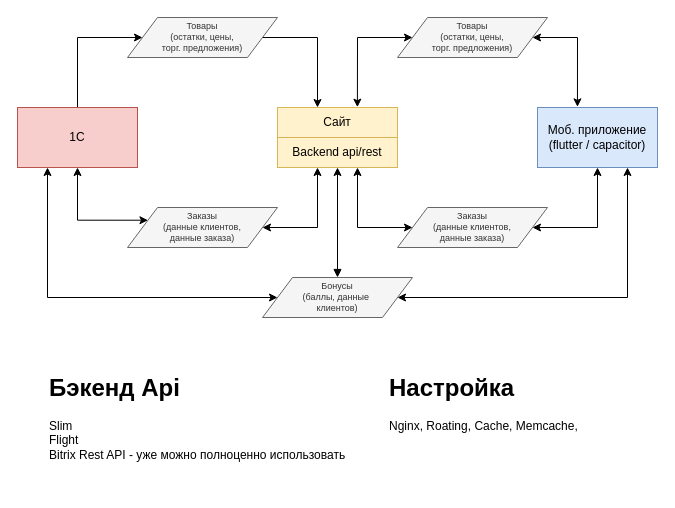
prgrant/draw.io keeps this draw.io diagram as Untitled Diagram.drawio. Above is the earlier version. Source tidied: cells renumbered, new cells numbered last; positions are measured from the earlier drawing's top-left corner, leaving out a move shared by most shapes. Both pictures are drawn from the tidied source at 100%, with x=0, y=0 at pixel (17, 17).
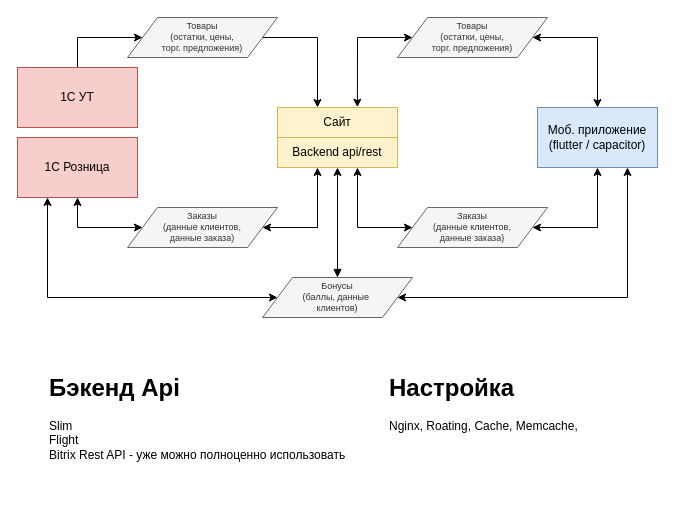
The same page after the edit.

Unchanged cells that the change refers to:
```xml
<mxCell id="11" value="Моб. приложение&lt;div&gt;(flutter / c&lt;span style=&quot;background-color: transparent; color: light-dark(rgb(0, 0, 0), rgb(255, 255, 255));&quot;&gt;apacitor)&lt;/span&gt;&lt;/div&gt;" style="rounded=0;whiteSpace=wrap;html=1;fillColor=#dae8fc;strokeColor=#6c8ebf;" parent="1" vertex="1">
  <mxGeometry x="520" y="90" width="120" height="60" as="geometry" />
</mxCell>
<mxCell id="14" value="&lt;span&gt;Заказы &lt;br&gt;(данные клиентов, &lt;br&gt;данные заказа)&lt;/span&gt;" style="shape=parallelogram;perimeter=parallelogramPerimeter;whiteSpace=wrap;html=1;fontSize=9;fillColor=#f5f5f5;strokeColor=#666666;fontColor=#333333;" parent="1" vertex="1">
  <mxGeometry x="110" y="190" width="150" height="40" as="geometry" />
</mxCell>
<mxCell id="16" value="&lt;span&gt;Товары &lt;br&gt;(остатки, цены, &lt;br&gt;торг. предложения)&lt;/span&gt;" style="shape=parallelogram;perimeter=parallelogramPerimeter;whiteSpace=wrap;html=1;fontSize=9;fillColor=#f5f5f5;strokeColor=#666666;fontColor=#333333;" parent="1" vertex="1">
  <mxGeometry x="380" width="150" height="40" as="geometry" />
</mxCell>
<mxCell id="20" value="&lt;span&gt;Бонусы&lt;br&gt;(баллы, данные&amp;nbsp;&lt;br&gt;клиентов)&lt;/span&gt;" style="shape=parallelogram;perimeter=parallelogramPerimeter;whiteSpace=wrap;html=1;fontSize=9;fillColor=#f5f5f5;strokeColor=#666666;fontColor=#333333;" parent="1" vertex="1">
  <mxGeometry x="245" y="260" width="150" height="40" as="geometry" />
</mxCell>
```

Diff of the diagram source:
```diff
@@
-    <mxCell id="4" style="edgeStyle=orthogonalEdgeStyle;rounded=0;jettySize=auto;html=1;fontSize=9;entryX=0;entryY=0.25;entryDx=0;entryDy=0;startArrow=classic;startFill=1;" parent="1" edge="1" source="5" target="14">
+    <mxCell id="4" style="edgeStyle=orthogonalEdgeStyle;rounded=0;jettySize=auto;html=1;fontSize=9;entryX=0;entryY=0.5;entryDx=0;entryDy=0;startArrow=classic;startFill=1;exitX=0.5;exitY=1;exitDx=0;exitDy=0;" parent="1" edge="1" source="24" target="14">
       <mxGeometry relative="1" as="geometry">
         <Array as="points">
-          <mxPoint x="60" y="203" />
+          <mxPoint x="60" y="210" />
         </Array>
       </mxGeometry>
     </mxCell>
-    <mxCell id="5" value="1C" style="rounded=0;whiteSpace=wrap;html=1;fillColor=#f8cecc;strokeColor=#b85450;" parent="1" vertex="1">
-      <mxGeometry y="90" width="120" height="60" as="geometry" />
+    <mxCell id="5" value="1C УТ" style="rounded=0;whiteSpace=wrap;html=1;fillColor=#f8cecc;strokeColor=#b85450;" parent="1" vertex="1">
+      <mxGeometry y="50" width="120" height="60" as="geometry" />
     </mxCell>
@@
-    <mxCell id="15" style="edgeStyle=orthogonalEdgeStyle;rounded=0;jettySize=auto;html=1;fontSize=12;entryX=0.333;entryY=-0.011;entryDx=0;entryDy=0;entryPerimeter=0;startArrow=classic;startFill=1;" parent="1" edge="1" source="16" target="11">
+    <mxCell id="15" style="edgeStyle=orthogonalEdgeStyle;rounded=0;jettySize=auto;html=1;fontSize=12;startArrow=classic;startFill=1;" parent="1" edge="1" source="16">
       <mxGeometry relative="1" as="geometry">
+        <mxPoint x="580" y="90" as="targetPoint" />
         <Array as="points">
-          <mxPoint x="560" y="20" />
+          <mxPoint x="580" y="20" />
+          <mxPoint x="580" y="90" />
         </Array>
       </mxGeometry>
     </mxCell>
@@
-    <mxCell id="18" style="edgeStyle=orthogonalEdgeStyle;rounded=0;jettySize=auto;html=1;fontSize=12;startArrow=classic;startFill=1;" parent="1" edge="1" source="20">
+    <mxCell id="18" style="edgeStyle=orthogonalEdgeStyle;rounded=0;jettySize=auto;html=1;fontSize=12;startArrow=classic;startFill=1;entryX=0.25;entryY=1;entryDx=0;entryDy=0;" parent="1" edge="1" source="20" target="24">
       <mxGeometry relative="1" as="geometry">
-        <mxPoint x="30" y="150" as="targetPoint" />
         <Array as="points">
           <mxPoint x="30" y="280" />
-          <mxPoint x="30" y="150" />
         </Array>
       </mxGeometry>
     </mxCell>
@@
+    <mxCell id="24" value="1C Розница" style="rounded=0;whiteSpace=wrap;html=1;fillColor=#f8cecc;strokeColor=#b85450;" parent="1" vertex="1">
+      <mxGeometry y="120" width="120" height="60" as="geometry" />
+    </mxCell>
```
